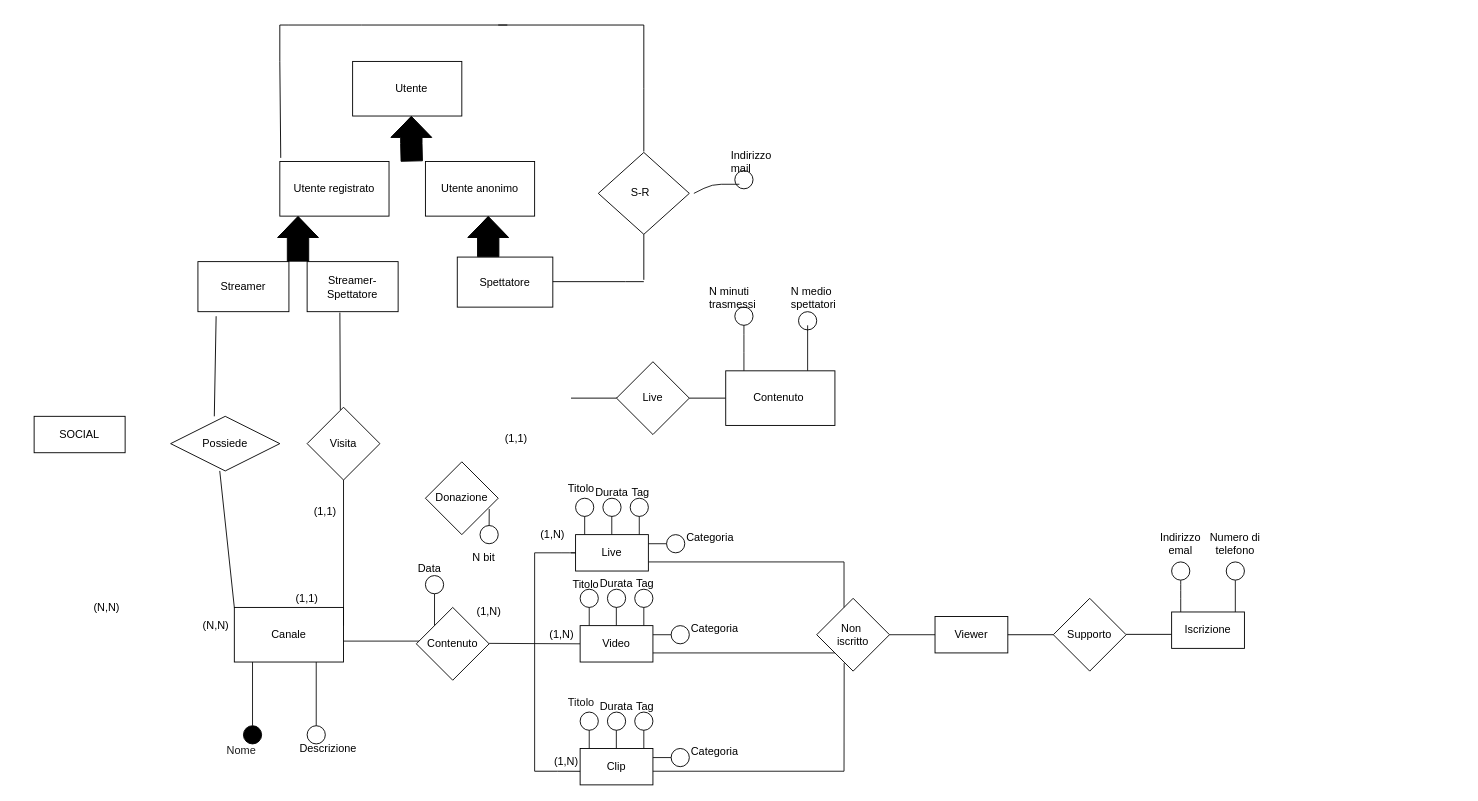
The draw.io diagram e-r_revised_hypothesis.drawio in Popper002/Streaming-Service-Db-project-unito, before the edit. Source tidied: cells renumbered, new cells numbered last; positions are measured from the earlier drawing's top-left corner, leaving out a move shared by most shapes. Both pictures are drawn from the tidied source at 91%, with x=0, y=0 at pixel (34, 25).
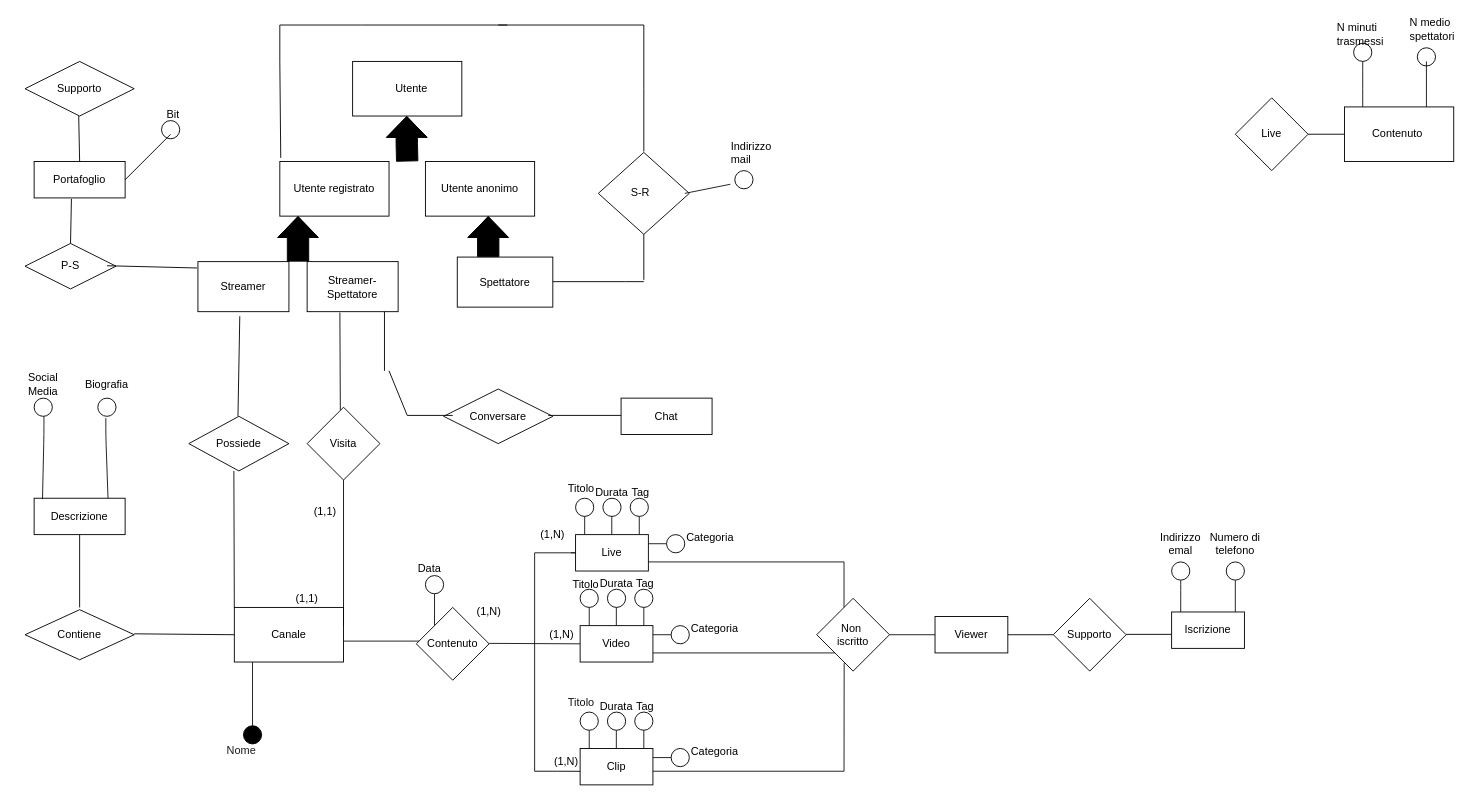
Above is the later version.

The change refers to these unchanged cells:
```xml
<mxCell id="7" value="Streamer" style="rounded=0;whiteSpace=wrap;html=1;" parent="1" vertex="1">
  <mxGeometry x="180" y="260" width="100" height="55" as="geometry" />
</mxCell>
<mxCell id="8" value="Canale&lt;br&gt;" style="rounded=0;whiteSpace=wrap;html=1;" parent="1" vertex="1">
  <mxGeometry x="220" y="640" width="120" height="60" as="geometry" />
</mxCell>
```

The edit, as a diff of the source:
```diff
@@
     <mxCell id="4" style="shape=flexArrow;endArrow=classic;html=1;width=23.529411764705884;endSize=7.317647058823529;fillColor=#000000;strokeColor=#000000;" parent="1" edge="1">
       <mxGeometry relative="1" as="geometry">
-        <mxPoint x="415" y="150" as="sourcePoint" />
-        <mxPoint x="414.5" y="100" as="targetPoint" />
+        <mxPoint x="410" y="150" as="sourcePoint" />
+        <mxPoint x="409.5" y="100" as="targetPoint" />
         <Array as="points">
-          <mxPoint x="414.5" y="130" />
+          <mxPoint x="409.5" y="130" />
         </Array>
       </mxGeometry>
     </mxCell>
@@
-    <mxCell id="13" style="endArrow=none;html=1;fontColor=default;labelBackgroundColor=default;strokeColor=#121212;strokeWidth=1;" parent="1" edge="1">
-      <mxGeometry relative="1" as="geometry">
-        <mxPoint x="310" y="770" as="sourcePoint" />
-        <mxPoint x="310" y="700" as="targetPoint" />
-      </mxGeometry>
-    </mxCell>
@@
-    <mxCell id="15" value="&lt;font color=&quot;#000000&quot;&gt;Descrizione&lt;/font&gt;" style="text;html=1;strokeColor=none;fillColor=none;align=left;verticalAlign=middle;whiteSpace=wrap;rounded=0;" parent="1" vertex="1">
-      <mxGeometry x="290" y="780" width="60" height="30" as="geometry" />
-    </mxCell>
@@
-    <mxCell id="23" style="endArrow=none;html=1;strokeColor=#030303;strokeWidth=1;" parent="1" edge="1">
-      <mxGeometry relative="1" as="geometry">
-        <mxPoint x="650" y="410" as="sourcePoint" />
-        <mxPoint x="590" y="410" as="targetPoint" />
-      </mxGeometry>
-    </mxCell>
     <mxCell id="24" style="rhombus;whiteSpace=wrap;html=1;" parent="1" vertex="1">
-      <mxGeometry x="640" y="370" width="80" height="80" as="geometry" />
+      <mxGeometry x="1320" y="80" width="80" height="80" as="geometry" />
     </mxCell>
     <mxCell id="25" value="Live" style="text;html=1;strokeColor=none;fillColor=none;align=center;verticalAlign=middle;whiteSpace=wrap;rounded=0;" parent="1" vertex="1">
-      <mxGeometry x="650" y="395" width="60" height="30" as="geometry" />
+      <mxGeometry x="1330" y="105" width="60" height="30" as="geometry" />
     </mxCell>
     <mxCell id="26" style="endArrow=none;html=1;strokeColor=#030303;strokeWidth=1;" parent="1" edge="1">
       <mxGeometry relative="1" as="geometry">
-        <mxPoint x="760" y="410" as="sourcePoint" />
-        <mxPoint x="720" y="410" as="targetPoint" />
+        <mxPoint x="1440" y="120" as="sourcePoint" />
+        <mxPoint x="1400" y="120" as="targetPoint" />
       </mxGeometry>
     </mxCell>
     <mxCell id="27" value="Contenuto&amp;nbsp;" style="rounded=0;whiteSpace=wrap;html=1;" parent="1" vertex="1">
-      <mxGeometry x="760" y="380" width="120" height="60" as="geometry" />
+      <mxGeometry x="1440" y="90" width="120" height="60" as="geometry" />
     </mxCell>
     <mxCell id="28" style="endArrow=none;html=1;fontColor=default;labelBackgroundColor=default;strokeColor=#121212;strokeWidth=2;" parent="1" edge="1" source="33">
       <mxGeometry relative="1" as="geometry">
-        <mxPoint x="780" y="320" as="targetPoint" />
+        <mxPoint x="1460" y="30" as="targetPoint" />
       </mxGeometry>
     </mxCell>
     <mxCell id="29" style="endArrow=none;html=1;fontColor=default;labelBackgroundColor=default;strokeColor=#121212;strokeWidth=1;exitX=0.75;exitY=0;exitDx=0;exitDy=0;" parent="1" edge="1" source="27">
       <mxGeometry relative="1" as="geometry">
-        <mxPoint x="850" y="330" as="targetPoint" />
+        <mxPoint x="1530" y="40" as="targetPoint" />
       </mxGeometry>
     </mxCell>
     <mxCell id="30" value="&lt;font color=&quot;#000000&quot;&gt;N minuti&lt;br&gt;trasmessi&lt;br&gt;&lt;/font&gt;" style="text;html=1;strokeColor=none;fillColor=none;align=left;verticalAlign=middle;whiteSpace=wrap;rounded=0;" parent="1" vertex="1">
-      <mxGeometry x="740" y="285" width="60" height="30" as="geometry" />
+      <mxGeometry x="1430" y="-5" width="60" height="30" as="geometry" />
     </mxCell>
     <mxCell id="31" value="&lt;font color=&quot;#000000&quot;&gt;N medio&lt;br&gt;spettatori&lt;br&gt;&lt;/font&gt;" style="text;html=1;strokeColor=none;fillColor=none;align=left;verticalAlign=middle;whiteSpace=wrap;rounded=0;" parent="1" vertex="1">
-      <mxGeometry x="830" y="285" width="60" height="30" as="geometry" />
+      <mxGeometry x="1510" y="-10" width="60" height="30" as="geometry" />
     </mxCell>
     <mxCell id="32" style="endArrow=none;html=1;fontColor=default;labelBackgroundColor=default;strokeColor=#121212;strokeWidth=1;" parent="1" edge="1" target="33">
       <mxGeometry relative="1" as="geometry">
-        <mxPoint x="780" y="380" as="sourcePoint" />
+        <mxPoint x="1460" y="90" as="sourcePoint" />
         <Array as="points">
-          <mxPoint x="780" y="350" />
+          <mxPoint x="1460" y="60" />
         </Array>
       </mxGeometry>
     </mxCell>
     <mxCell id="33" style="ellipse;whiteSpace=wrap;html=1;fillColor=none;strokeColor=#000000;" parent="1" vertex="1">
-      <mxGeometry x="770" y="310" width="20" height="20" as="geometry" />
+      <mxGeometry x="1450" y="20" width="20" height="20" as="geometry" />
     </mxCell>
     <mxCell id="34" style="ellipse;whiteSpace=wrap;html=1;fillColor=none;strokeColor=#000000;" parent="1" vertex="1">
-      <mxGeometry x="840" y="315" width="20" height="20" as="geometry" />
+      <mxGeometry x="1520" y="25" width="20" height="20" as="geometry" />
     </mxCell>
-    <mxCell id="35" style="ellipse;whiteSpace=wrap;html=1;fillColor=none;strokeColor=#000000;" parent="1" vertex="1">
-      <mxGeometry x="300" y="770" width="20" height="20" as="geometry" />
-    </mxCell>
@@
-    <mxCell id="79" style="rhombus;whiteSpace=wrap;html=1;" parent="1" vertex="1">
-      <mxGeometry x="430" y="480" width="80" height="80" as="geometry" />
-    </mxCell>
-    <mxCell id="80" value="Donazione" style="text;html=1;strokeColor=none;fillColor=none;align=center;verticalAlign=middle;whiteSpace=wrap;rounded=0;" parent="1" vertex="1">
-      <mxGeometry x="440" y="505" width="60" height="30" as="geometry" />
-    </mxCell>
-    <mxCell id="81" style="endArrow=none;html=1;fontColor=default;labelBackgroundColor=default;strokeColor=#121212;strokeWidth=1;exitX=1.002;exitY=0.895;exitDx=0;exitDy=0;exitPerimeter=0;" parent="1" edge="1" source="80">
-      <mxGeometry relative="1" as="geometry">
-        <mxPoint x="500" y="550" as="targetPoint" />
-      </mxGeometry>
-    </mxCell>
-    <mxCell id="82" style="ellipse;whiteSpace=wrap;html=1;fillColor=none;strokeColor=#000000;" parent="1" vertex="1">
-      <mxGeometry x="490" y="550" width="20" height="20" as="geometry" />
-    </mxCell>
-    <mxCell id="83" value="&lt;font color=&quot;#000000&quot;&gt;N bit&lt;br&gt;&lt;/font&gt;" style="text;html=1;strokeColor=none;fillColor=none;align=left;verticalAlign=middle;whiteSpace=wrap;rounded=0;" parent="1" vertex="1">
-      <mxGeometry x="480" y="570" width="60" height="30" as="geometry" />
-    </mxCell>
@@
-    <mxCell id="109" value="(1,1)" style="text;html=1;strokeColor=none;fillColor=none;align=center;verticalAlign=middle;whiteSpace=wrap;rounded=0;" parent="1" vertex="1">
-      <mxGeometry x="500" y="440" width="60" height="30" as="geometry" />
-    </mxCell>
@@
-    <mxCell id="112" value="(N,N)" style="text;html=1;strokeColor=none;fillColor=none;align=center;verticalAlign=middle;whiteSpace=wrap;rounded=0;" parent="1" vertex="1">
-      <mxGeometry x="50" y="625" width="60" height="30" as="geometry" />
-    </mxCell>
-    <mxCell id="113" value="(N,N)" style="text;html=1;strokeColor=none;fillColor=none;align=center;verticalAlign=middle;whiteSpace=wrap;rounded=0;" parent="1" vertex="1">
-      <mxGeometry x="170" y="645" width="60" height="30" as="geometry" />
-    </mxCell>
@@
     <mxCell id="128" style="endArrow=none;html=1;fontColor=default;labelBackgroundColor=default;strokeColor=#121212;strokeWidth=1;" parent="1" edge="1">
       <mxGeometry relative="1" as="geometry">
-        <mxPoint x="725" y="185" as="sourcePoint" />
-        <mxPoint x="775" y="175" as="targetPoint" />
-        <Array as="points">
-          <mxPoint x="745" y="175" />
-        </Array>
+        <mxPoint x="715" y="185" as="sourcePoint" />
+        <mxPoint x="765" y="175" as="targetPoint" />
       </mxGeometry>
     </mxCell>
     <mxCell id="129" value="Indirizzo&lt;br&gt;mail" style="text;strokeColor=none;fillColor=none;spacingLeft=4;spacingRight=4;overflow=hidden;fontSize=12;whiteSpace=wrap;html=1;" parent="1" vertex="1">
-      <mxGeometry x="760" y="130" width="70" height="30" as="geometry" />
+      <mxGeometry x="760" y="120" width="70" height="30" as="geometry" />
     </mxCell>
     <mxCell id="130" style="endArrow=none;html=1;rounded=0;" parent="1" edge="1">
       <mxGeometry relative="1" as="geometry">
-        <mxPoint x="200" y="320" as="sourcePoint" />
-        <mxPoint x="198" y="430" as="targetPoint" />
+        <mxPoint x="226" y="320" as="sourcePoint" />
+        <mxPoint x="224" y="430" as="targetPoint" />
       </mxGeometry>
     </mxCell>
     <mxCell id="131" value="Possiede" style="shape=rhombus;perimeter=rhombusPerimeter;whiteSpace=wrap;html=1;align=center;" parent="1" vertex="1">
-      <mxGeometry x="150" y="430" width="120" height="60" as="geometry" />
+      <mxGeometry x="170" y="430" width="110" height="60" as="geometry" />
     </mxCell>
-    <mxCell id="132" value="SOCIAL" style="whiteSpace=wrap;html=1;align=center;" parent="1" vertex="1">
-      <mxGeometry y="430" width="100" height="40" as="geometry" />
+    <mxCell id="132" value="Descrizione" style="whiteSpace=wrap;html=1;align=center;" parent="1" vertex="1">
+      <mxGeometry y="520" width="100" height="40" as="geometry" />
     </mxCell>
@@
+    <mxCell id="135" value="Contiene" style="shape=rhombus;perimeter=rhombusPerimeter;whiteSpace=wrap;html=1;align=center;" parent="1" vertex="1">
+      <mxGeometry x="-10" y="642.5" width="120" height="55" as="geometry" />
+    </mxCell>
+    <mxCell id="136" style="endArrow=none;html=1;rounded=0;entryX=0.5;entryY=1;entryDx=0;entryDy=0;" parent="1" edge="1" target="132">
+      <mxGeometry relative="1" as="geometry">
+        <mxPoint x="50" y="640" as="sourcePoint" />
+      </mxGeometry>
+    </mxCell>
+    <mxCell id="137" style="endArrow=none;html=1;rounded=0;entryX=0;entryY=0.5;entryDx=0;entryDy=0;" parent="1" edge="1" target="8">
+      <mxGeometry relative="1" as="geometry">
+        <mxPoint x="110" y="669" as="sourcePoint" />
+      </mxGeometry>
+    </mxCell>
+    <mxCell id="138" style="ellipse;whiteSpace=wrap;html=1;fillColor=default;strokeColor=#000000;" parent="1" vertex="1">
+      <mxGeometry y="410" width="20" height="20" as="geometry" />
+    </mxCell>
+    <mxCell id="139" style="ellipse;whiteSpace=wrap;html=1;fillColor=default;strokeColor=#000000;" parent="1" vertex="1">
+      <mxGeometry x="70" y="410" width="20" height="20" as="geometry" />
+    </mxCell>
+    <mxCell id="140" style="endArrow=none;html=1;fontColor=default;labelBackgroundColor=default;strokeColor=#121212;strokeWidth=1;exitX=0.08;exitY=-0.1;exitDx=0;exitDy=0;exitPerimeter=0;" parent="1" edge="1">
+      <mxGeometry relative="1" as="geometry">
+        <mxPoint x="9.2" y="521" as="sourcePoint" />
+        <mxPoint x="10.8" y="430" as="targetPoint" />
+        <Array as="points">
+          <mxPoint x="10.8" y="450" />
+        </Array>
+      </mxGeometry>
+    </mxCell>
+    <mxCell id="141" style="endArrow=none;html=1;fontColor=default;labelBackgroundColor=default;strokeColor=#121212;strokeWidth=1;exitX=0.82;exitY=-0.05;exitDx=0;exitDy=0;exitPerimeter=0;" parent="1" edge="1">
+      <mxGeometry relative="1" as="geometry">
+        <mxPoint x="81.2" y="520" as="sourcePoint" />
+        <mxPoint x="78.8" y="432" as="targetPoint" />
+        <Array as="points">
+          <mxPoint x="78.8" y="452" />
+        </Array>
+      </mxGeometry>
+    </mxCell>
+    <mxCell id="142" value="Social&lt;br&gt;Media" style="text;html=1;strokeColor=none;fillColor=none;align=center;verticalAlign=middle;whiteSpace=wrap;rounded=0;" parent="1" vertex="1">
+      <mxGeometry x="-20" y="380" width="60" height="30" as="geometry" />
+    </mxCell>
+    <mxCell id="143" value="Biografia" style="text;html=1;strokeColor=none;fillColor=none;align=center;verticalAlign=middle;whiteSpace=wrap;rounded=0;" parent="1" vertex="1">
+      <mxGeometry x="50" y="380" width="60" height="30" as="geometry" />
+    </mxCell>
+    <mxCell id="144" value="Portafoglio" style="whiteSpace=wrap;html=1;align=center;" parent="1" vertex="1">
+      <mxGeometry y="150" width="100" height="40" as="geometry" />
+    </mxCell>
+    <mxCell id="145" value="Supporto" style="shape=rhombus;perimeter=rhombusPerimeter;whiteSpace=wrap;html=1;align=center;" parent="1" vertex="1">
+      <mxGeometry x="-10" y="40" width="120" height="60" as="geometry" />
+    </mxCell>
+    <mxCell id="146" value="P-S" style="shape=rhombus;perimeter=rhombusPerimeter;whiteSpace=wrap;html=1;align=center;" parent="1" vertex="1">
+      <mxGeometry x="-10" y="240" width="100" height="50" as="geometry" />
+    </mxCell>
+    <mxCell id="147" style="endArrow=none;html=1;rounded=0;entryX=0.5;entryY=0;entryDx=0;entryDy=0;" parent="1" edge="1" target="144">
+      <mxGeometry relative="1" as="geometry">
+        <mxPoint x="49" y="100" as="sourcePoint" />
+      </mxGeometry>
+    </mxCell>
+    <mxCell id="148" style="endArrow=none;html=1;rounded=0;entryX=0.5;entryY=0;entryDx=0;entryDy=0;exitX=0.41;exitY=1.025;exitDx=0;exitDy=0;exitPerimeter=0;" parent="1" edge="1" source="144" target="146">
+      <mxGeometry relative="1" as="geometry" />
+    </mxCell>
+    <mxCell id="149" style="endArrow=none;html=1;rounded=0;entryX=-0.01;entryY=0.127;entryDx=0;entryDy=0;entryPerimeter=0;" parent="1" edge="1" target="7">
+      <mxGeometry relative="1" as="geometry">
+        <mxPoint x="80" y="264.5" as="sourcePoint" />
+      </mxGeometry>
+    </mxCell>
+    <mxCell id="150" style="endArrow=none;html=1;rounded=0;" parent="1" edge="1">
+      <mxGeometry relative="1" as="geometry">
+        <mxPoint x="100" y="170" as="sourcePoint" />
+        <mxPoint x="150" y="120" as="targetPoint" />
+      </mxGeometry>
+    </mxCell>
+    <mxCell id="151" style="ellipse;whiteSpace=wrap;html=1;fillColor=none;strokeColor=#000000;" parent="1" vertex="1">
+      <mxGeometry x="140" y="105" width="20" height="20" as="geometry" />
+    </mxCell>
+    <mxCell id="152" value="Bit" style="text;strokeColor=none;fillColor=none;spacingLeft=4;spacingRight=4;overflow=hidden;fontSize=12;whiteSpace=wrap;html=1;" parent="1" vertex="1">
+      <mxGeometry x="140" y="85" width="40" height="30" as="geometry" />
+    </mxCell>
+    <mxCell id="153" value="Conversare" style="shape=rhombus;perimeter=rhombusPerimeter;whiteSpace=wrap;html=1;align=center;" parent="1" vertex="1">
+      <mxGeometry x="450" y="400" width="120" height="60" as="geometry" />
+    </mxCell>
+    <mxCell id="154" style="endArrow=none;html=1;rounded=0;" parent="1" edge="1">
+      <mxGeometry relative="1" as="geometry">
+        <mxPoint x="385" y="315" as="sourcePoint" />
+        <mxPoint x="385" y="380" as="targetPoint" />
+      </mxGeometry>
+    </mxCell>
+    <mxCell id="155" value="Chat" style="whiteSpace=wrap;html=1;align=center;" parent="1" vertex="1">
+      <mxGeometry x="645" y="410" width="100" height="40" as="geometry" />
+    </mxCell>
+    <mxCell id="156" style="endArrow=none;html=1;rounded=0;" parent="1" edge="1">
+      <mxGeometry relative="1" as="geometry">
+        <mxPoint x="565" y="429" as="sourcePoint" />
+        <mxPoint x="645" y="429" as="targetPoint" />
+      </mxGeometry>
+    </mxCell>
+    <mxCell id="157" style="endArrow=none;html=1;rounded=0;" parent="1" edge="1">
+      <mxGeometry relative="1" as="geometry">
+        <mxPoint x="390" y="380" as="sourcePoint" />
+        <mxPoint x="460" y="429" as="targetPoint" />
+        <Array as="points">
+          <mxPoint x="410" y="429" />
+        </Array>
+      </mxGeometry>
+    </mxCell>
```
